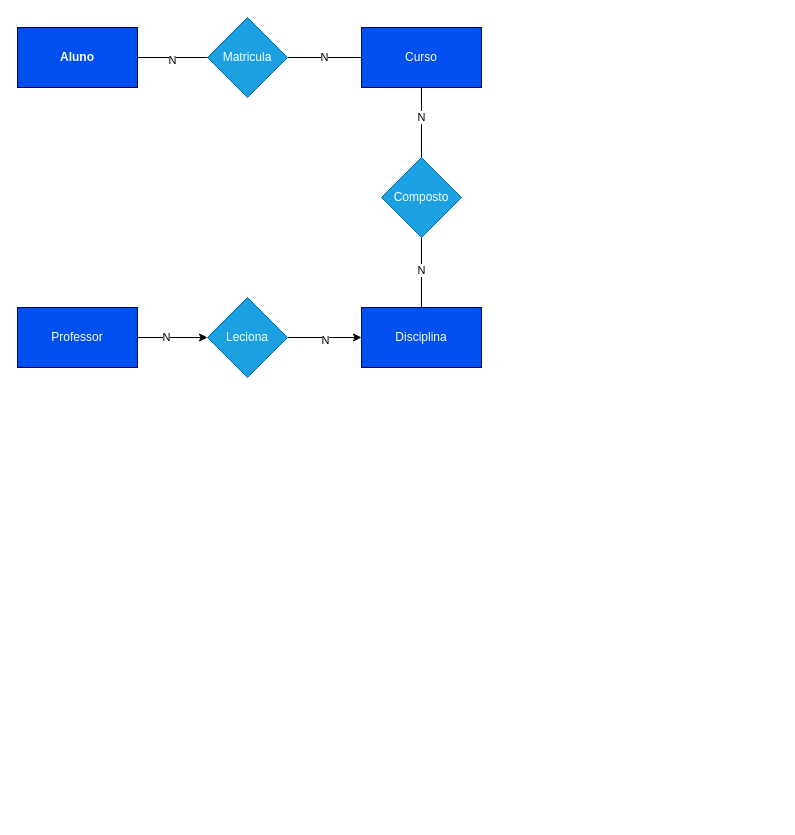
NataliPF/Banco-Dados-Senac keeps this draw.io diagram as aulas/05/GestaoAcademica.drawio. Above is the earlier version. Source tidied: cells renumbered, new cells numbered last; positions are measured from the earlier drawing's top-left corner, leaving out a move shared by most shapes. Both pictures are drawn from the tidied source at 100%, with x=0, y=0 at pixel (17, 17).
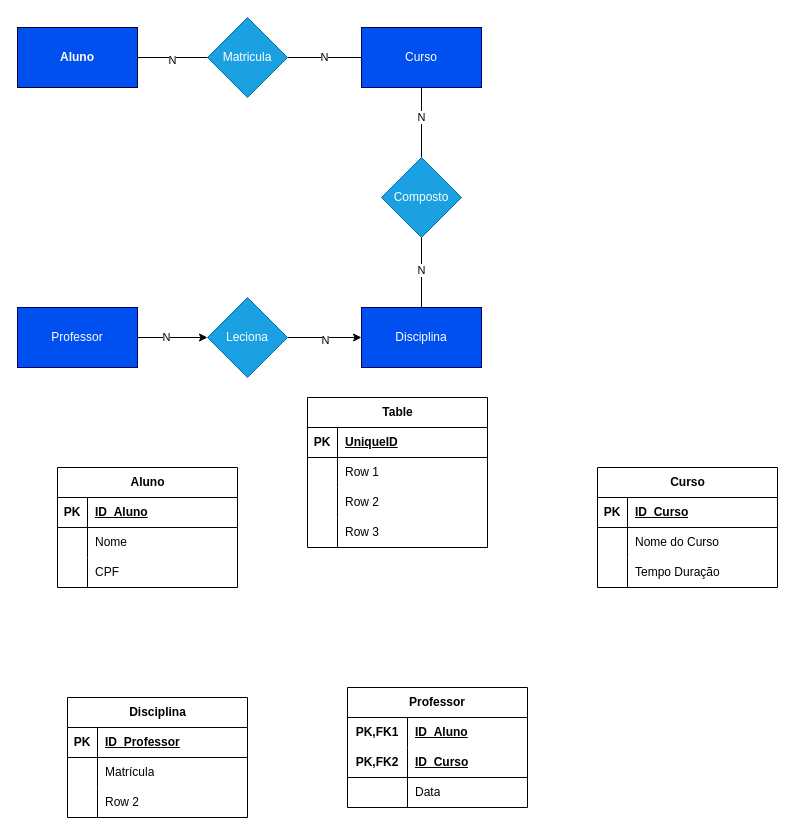
After the change.

Change to the diagram source:
```diff
@@
+    <mxCell id="21" value="Aluno" style="shape=table;startSize=30;childLayout=tableLayout;rowLines=0;fontStyle=1;align=center;html=1;" parent="1" vertex="1">
+      <mxGeometry x="40" y="450" width="180" height="120" as="geometry" />
+    </mxCell>
+    <mxCell id="22" style="shape=tableRow;horizontal=0;startSize=0;swimlaneHead=0;swimlaneBody=0;fillColor=none;top=0;left=0;right=0;bottom=1;" parent="21" vertex="1">
+      <mxGeometry y="30" width="180" height="30" as="geometry" />
+    </mxCell>
+    <mxCell id="23" value="PK" style="shape=partialRectangle;fillColor=none;top=0;left=0;bottom=0;right=0;fontStyle=1;overflow=hidden;whiteSpace=wrap;html=1;" parent="22" vertex="1">
+      <mxGeometry width="30" height="30" as="geometry" />
+    </mxCell>
+    <mxCell id="24" value="ID_Aluno" style="shape=partialRectangle;fillColor=none;top=0;left=0;bottom=0;right=0;align=left;spacingLeft=6;fontStyle=5;overflow=hidden;whiteSpace=wrap;html=1;" parent="22" vertex="1">
+      <mxGeometry x="30" width="150" height="30" as="geometry" />
+    </mxCell>
+    <mxCell id="25" style="shape=tableRow;horizontal=0;startSize=0;swimlaneHead=0;swimlaneBody=0;fillColor=none;top=0;left=0;right=0;bottom=0;" parent="21" vertex="1">
+      <mxGeometry y="60" width="180" height="30" as="geometry" />
+    </mxCell>
+    <mxCell id="26" style="shape=partialRectangle;fillColor=none;top=0;left=0;bottom=0;right=0;overflow=hidden;whiteSpace=wrap;html=1;" parent="25" vertex="1">
+      <mxGeometry width="30" height="30" as="geometry" />
+    </mxCell>
+    <mxCell id="27" value="Nome" style="shape=partialRectangle;fillColor=none;top=0;left=0;bottom=0;right=0;align=left;spacingLeft=6;overflow=hidden;whiteSpace=wrap;html=1;" parent="25" vertex="1">
+      <mxGeometry x="30" width="150" height="30" as="geometry" />
+    </mxCell>
+    <mxCell id="28" style="shape=tableRow;horizontal=0;startSize=0;swimlaneHead=0;swimlaneBody=0;fillColor=none;top=0;left=0;right=0;bottom=0;" parent="21" vertex="1">
+      <mxGeometry y="90" width="180" height="30" as="geometry" />
+    </mxCell>
+    <mxCell id="29" style="shape=partialRectangle;fillColor=none;top=0;left=0;bottom=0;right=0;overflow=hidden;whiteSpace=wrap;html=1;" parent="28" vertex="1">
+      <mxGeometry width="30" height="30" as="geometry" />
+    </mxCell>
+    <mxCell id="30" value="CPF" style="shape=partialRectangle;fillColor=none;top=0;left=0;bottom=0;right=0;align=left;spacingLeft=6;overflow=hidden;whiteSpace=wrap;html=1;" parent="28" vertex="1">
+      <mxGeometry x="30" width="150" height="30" as="geometry" />
+    </mxCell>
+    <mxCell id="31" value="Curso" style="shape=table;startSize=30;childLayout=tableLayout;rowLines=0;fontStyle=1;align=center;html=1;" parent="1" vertex="1">
+      <mxGeometry x="580" y="450" width="180" height="120" as="geometry" />
+    </mxCell>
+    <mxCell id="32" style="shape=tableRow;horizontal=0;startSize=0;swimlaneHead=0;swimlaneBody=0;fillColor=none;top=0;left=0;right=0;bottom=1;" parent="31" vertex="1">
+      <mxGeometry y="30" width="180" height="30" as="geometry" />
+    </mxCell>
+    <mxCell id="33" value="PK" style="shape=partialRectangle;fillColor=none;top=0;left=0;bottom=0;right=0;fontStyle=1;overflow=hidden;whiteSpace=wrap;html=1;" parent="32" vertex="1">
+      <mxGeometry width="30" height="30" as="geometry" />
+    </mxCell>
+    <mxCell id="34" value="ID_Curso" style="shape=partialRectangle;fillColor=none;top=0;left=0;bottom=0;right=0;align=left;spacingLeft=6;fontStyle=5;overflow=hidden;whiteSpace=wrap;html=1;" parent="32" vertex="1">
+      <mxGeometry x="30" width="150" height="30" as="geometry" />
+    </mxCell>
+    <mxCell id="35" style="shape=tableRow;horizontal=0;startSize=0;swimlaneHead=0;swimlaneBody=0;fillColor=none;top=0;left=0;right=0;bottom=0;" parent="31" vertex="1">
+      <mxGeometry y="60" width="180" height="30" as="geometry" />
+    </mxCell>
+    <mxCell id="36" style="shape=partialRectangle;fillColor=none;top=0;left=0;bottom=0;right=0;overflow=hidden;whiteSpace=wrap;html=1;" parent="35" vertex="1">
+      <mxGeometry width="30" height="30" as="geometry" />
+    </mxCell>
+    <mxCell id="37" value="Nome do Curso" style="shape=partialRectangle;fillColor=none;top=0;left=0;bottom=0;right=0;align=left;spacingLeft=6;overflow=hidden;whiteSpace=wrap;html=1;" parent="35" vertex="1">
+      <mxGeometry x="30" width="150" height="30" as="geometry" />
+    </mxCell>
+    <mxCell id="38" style="shape=tableRow;horizontal=0;startSize=0;swimlaneHead=0;swimlaneBody=0;fillColor=none;top=0;left=0;right=0;bottom=0;" parent="31" vertex="1">
+      <mxGeometry y="90" width="180" height="30" as="geometry" />
+    </mxCell>
+    <mxCell id="39" style="shape=partialRectangle;fillColor=none;top=0;left=0;bottom=0;right=0;overflow=hidden;whiteSpace=wrap;html=1;" parent="38" vertex="1">
+      <mxGeometry width="30" height="30" as="geometry" />
+    </mxCell>
+    <mxCell id="40" value="Tempo Duração" style="shape=partialRectangle;fillColor=none;top=0;left=0;bottom=0;right=0;align=left;spacingLeft=6;overflow=hidden;whiteSpace=wrap;html=1;" parent="38" vertex="1">
+      <mxGeometry x="30" width="150" height="30" as="geometry" />
+    </mxCell>
+    <mxCell id="41" value="Disciplina" style="shape=table;startSize=30;childLayout=tableLayout;rowLines=0;fontStyle=1;align=center;html=1;" parent="1" vertex="1">
+      <mxGeometry x="50" y="680" width="180" height="120" as="geometry" />
+    </mxCell>
+    <mxCell id="42" style="shape=tableRow;horizontal=0;startSize=0;swimlaneHead=0;swimlaneBody=0;fillColor=none;top=0;left=0;right=0;bottom=1;" parent="41" vertex="1">
+      <mxGeometry y="30" width="180" height="30" as="geometry" />
+    </mxCell>
+    <mxCell id="43" value="PK" style="shape=partialRectangle;fillColor=none;top=0;left=0;bottom=0;right=0;fontStyle=1;overflow=hidden;whiteSpace=wrap;html=1;" parent="42" vertex="1">
+      <mxGeometry width="30" height="30" as="geometry" />
+    </mxCell>
+    <mxCell id="44" value="ID_Professor" style="shape=partialRectangle;fillColor=none;top=0;left=0;bottom=0;right=0;align=left;spacingLeft=6;fontStyle=5;overflow=hidden;whiteSpace=wrap;html=1;" parent="42" vertex="1">
+      <mxGeometry x="30" width="150" height="30" as="geometry" />
+    </mxCell>
+    <mxCell id="45" style="shape=tableRow;horizontal=0;startSize=0;swimlaneHead=0;swimlaneBody=0;fillColor=none;top=0;left=0;right=0;bottom=0;" parent="41" vertex="1">
+      <mxGeometry y="60" width="180" height="30" as="geometry" />
+    </mxCell>
+    <mxCell id="46" style="shape=partialRectangle;fillColor=none;top=0;left=0;bottom=0;right=0;overflow=hidden;whiteSpace=wrap;html=1;" parent="45" vertex="1">
+      <mxGeometry width="30" height="30" as="geometry" />
+    </mxCell>
+    <mxCell id="47" value="Matrícula" style="shape=partialRectangle;fillColor=none;top=0;left=0;bottom=0;right=0;align=left;spacingLeft=6;overflow=hidden;whiteSpace=wrap;html=1;" parent="45" vertex="1">
+      <mxGeometry x="30" width="150" height="30" as="geometry" />
+    </mxCell>
+    <mxCell id="48" style="shape=tableRow;horizontal=0;startSize=0;swimlaneHead=0;swimlaneBody=0;fillColor=none;top=0;left=0;right=0;bottom=0;" parent="41" vertex="1">
+      <mxGeometry y="90" width="180" height="30" as="geometry" />
+    </mxCell>
+    <mxCell id="49" style="shape=partialRectangle;fillColor=none;top=0;left=0;bottom=0;right=0;overflow=hidden;whiteSpace=wrap;html=1;" parent="48" vertex="1">
+      <mxGeometry width="30" height="30" as="geometry" />
+    </mxCell>
+    <mxCell id="50" value="Row 2" style="shape=partialRectangle;fillColor=none;top=0;left=0;bottom=0;right=0;align=left;spacingLeft=6;overflow=hidden;whiteSpace=wrap;html=1;" parent="48" vertex="1">
+      <mxGeometry x="30" width="150" height="30" as="geometry" />
+    </mxCell>
+    <mxCell id="51" value="Professor" style="shape=table;startSize=30;childLayout=tableLayout;rowLines=0;fontStyle=1;align=center;html=1;whiteSpace=wrap;" parent="1" vertex="1">
+      <mxGeometry x="330" y="670" width="180" height="120" as="geometry" />
+    </mxCell>
+    <mxCell id="52" style="shape=tableRow;horizontal=0;startSize=0;swimlaneHead=0;swimlaneBody=0;fillColor=none;top=0;left=0;right=0;bottom=0;html=1;" parent="51" vertex="1">
+      <mxGeometry y="30" width="180" height="30" as="geometry" />
+    </mxCell>
+    <mxCell id="53" value="PK,FK1" style="shape=partialRectangle;fillColor=none;top=0;left=0;bottom=0;right=0;fontStyle=1;overflow=hidden;html=1;whiteSpace=wrap;" parent="52" vertex="1">
+      <mxGeometry width="60" height="30" as="geometry" />
+    </mxCell>
+    <mxCell id="54" value="ID_Aluno" style="shape=partialRectangle;fillColor=none;top=0;left=0;bottom=0;right=0;align=left;spacingLeft=6;fontStyle=5;overflow=hidden;html=1;whiteSpace=wrap;" parent="52" vertex="1">
+      <mxGeometry x="60" width="120" height="30" as="geometry" />
+    </mxCell>
+    <mxCell id="55" style="shape=tableRow;horizontal=0;startSize=0;swimlaneHead=0;swimlaneBody=0;fillColor=none;top=0;left=0;right=0;bottom=1;html=1;" parent="51" vertex="1">
+      <mxGeometry y="60" width="180" height="30" as="geometry" />
+    </mxCell>
+    <mxCell id="56" value="PK,FK2" style="shape=partialRectangle;fillColor=none;top=0;left=0;bottom=0;right=0;fontStyle=1;overflow=hidden;html=1;whiteSpace=wrap;" parent="55" vertex="1">
+      <mxGeometry width="60" height="30" as="geometry" />
+    </mxCell>
+    <mxCell id="57" value="ID_Curso" style="shape=partialRectangle;fillColor=none;top=0;left=0;bottom=0;right=0;align=left;spacingLeft=6;fontStyle=5;overflow=hidden;html=1;whiteSpace=wrap;" parent="55" vertex="1">
+      <mxGeometry x="60" width="120" height="30" as="geometry" />
+    </mxCell>
+    <mxCell id="58" style="shape=tableRow;horizontal=0;startSize=0;swimlaneHead=0;swimlaneBody=0;fillColor=none;top=0;left=0;right=0;bottom=0;html=1;" parent="51" vertex="1">
+      <mxGeometry y="90" width="180" height="30" as="geometry" />
+    </mxCell>
+    <mxCell id="59" style="shape=partialRectangle;fillColor=none;top=0;left=0;bottom=0;right=0;overflow=hidden;html=1;whiteSpace=wrap;" parent="58" vertex="1">
+      <mxGeometry width="60" height="30" as="geometry" />
+    </mxCell>
+    <mxCell id="60" value="Data" style="shape=partialRectangle;fillColor=none;top=0;left=0;bottom=0;right=0;align=left;spacingLeft=6;overflow=hidden;html=1;whiteSpace=wrap;" parent="58" vertex="1">
+      <mxGeometry x="60" width="120" height="30" as="geometry" />
+    </mxCell>
+    <mxCell id="61" value="Table" style="shape=table;startSize=30;childLayout=tableLayout;rowLines=0;fontStyle=1;align=center;html=1;" parent="1" vertex="1">
+      <mxGeometry x="290" y="380" width="180" height="150" as="geometry" />
+    </mxCell>
+    <mxCell id="62" style="shape=tableRow;horizontal=0;startSize=0;swimlaneHead=0;swimlaneBody=0;fillColor=none;top=0;left=0;right=0;bottom=1;" parent="61" vertex="1">
+      <mxGeometry y="30" width="180" height="30" as="geometry" />
+    </mxCell>
+    <mxCell id="63" value="PK" style="shape=partialRectangle;fillColor=none;top=0;left=0;bottom=0;right=0;fontStyle=1;overflow=hidden;whiteSpace=wrap;html=1;" parent="62" vertex="1">
+      <mxGeometry width="30" height="30" as="geometry" />
+    </mxCell>
+    <mxCell id="64" value="UniqueID" style="shape=partialRectangle;fillColor=none;top=0;left=0;bottom=0;right=0;align=left;spacingLeft=6;fontStyle=5;overflow=hidden;whiteSpace=wrap;html=1;" parent="62" vertex="1">
+      <mxGeometry x="30" width="150" height="30" as="geometry" />
+    </mxCell>
+    <mxCell id="65" style="shape=tableRow;horizontal=0;startSize=0;swimlaneHead=0;swimlaneBody=0;fillColor=none;top=0;left=0;right=0;bottom=0;" parent="61" vertex="1">
+      <mxGeometry y="60" width="180" height="30" as="geometry" />
+    </mxCell>
+    <mxCell id="66" style="shape=partialRectangle;fillColor=none;top=0;left=0;bottom=0;right=0;overflow=hidden;whiteSpace=wrap;html=1;" parent="65" vertex="1">
+      <mxGeometry width="30" height="30" as="geometry" />
+    </mxCell>
+    <mxCell id="67" value="Row 1" style="shape=partialRectangle;fillColor=none;top=0;left=0;bottom=0;right=0;align=left;spacingLeft=6;overflow=hidden;whiteSpace=wrap;html=1;" parent="65" vertex="1">
+      <mxGeometry x="30" width="150" height="30" as="geometry" />
+    </mxCell>
+    <mxCell id="68" style="shape=tableRow;horizontal=0;startSize=0;swimlaneHead=0;swimlaneBody=0;fillColor=none;top=0;left=0;right=0;bottom=0;" parent="61" vertex="1">
+      <mxGeometry y="90" width="180" height="30" as="geometry" />
+    </mxCell>
+    <mxCell id="69" style="shape=partialRectangle;fillColor=none;top=0;left=0;bottom=0;right=0;overflow=hidden;whiteSpace=wrap;html=1;" parent="68" vertex="1">
+      <mxGeometry width="30" height="30" as="geometry" />
+    </mxCell>
+    <mxCell id="70" value="Row 2" style="shape=partialRectangle;fillColor=none;top=0;left=0;bottom=0;right=0;align=left;spacingLeft=6;overflow=hidden;whiteSpace=wrap;html=1;" parent="68" vertex="1">
+      <mxGeometry x="30" width="150" height="30" as="geometry" />
+    </mxCell>
+    <mxCell id="71" style="shape=tableRow;horizontal=0;startSize=0;swimlaneHead=0;swimlaneBody=0;fillColor=none;top=0;left=0;right=0;bottom=0;" parent="61" vertex="1">
+      <mxGeometry y="120" width="180" height="30" as="geometry" />
+    </mxCell>
+    <mxCell id="72" style="shape=partialRectangle;fillColor=none;top=0;left=0;bottom=0;right=0;overflow=hidden;whiteSpace=wrap;html=1;" parent="71" vertex="1">
+      <mxGeometry width="30" height="30" as="geometry" />
+    </mxCell>
+    <mxCell id="73" value="Row 3" style="shape=partialRectangle;fillColor=none;top=0;left=0;bottom=0;right=0;align=left;spacingLeft=6;overflow=hidden;whiteSpace=wrap;html=1;" parent="71" vertex="1">
+      <mxGeometry x="30" width="150" height="30" as="geometry" />
+    </mxCell>
```
